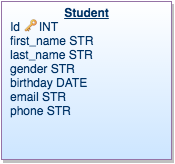
Above: students.png in arctic-fox-2016/schema-student-roster (draw.io), before the change. Source tidied: cells renumbered, new cells last; positions are measured from the earlier drawing's top-left corner, leaving out a move shared by most shapes.
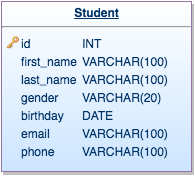
After the commit.

Change to the diagram source:
```diff
@@ -1,9 +1,9 @@
 <mxGraphModel background="#ffffff">
   <root>
-    <mxCell id="0" style="html=1;" />
+    <mxCell id="0" />
-    <mxCell id="1" style="html=1;" parent="0" />
+    <mxCell id="1" parent="0" />
-    <mxCell id="2" value="&lt;p style=&quot;margin: 0px ; margin-top: 4px ; text-align: center ; text-decoration: underline&quot;&gt;&lt;strong&gt;Student&lt;/strong&gt;&lt;/p&gt;&lt;p style=&quot;margin: 0px ; margin-left: 8px&quot;&gt;Id&amp;nbsp;&lt;span&gt;🔑 INT&lt;/span&gt;&lt;/p&gt;&lt;p style=&quot;margin: 0px ; margin-left: 8px&quot;&gt;first_name STR&lt;/p&gt;&lt;p style=&quot;margin: 0px ; margin-left: 8px&quot;&gt;last_name STR&lt;/p&gt;&lt;p style=&quot;margin: 0px ; margin-left: 8px&quot;&gt;gender STR&lt;/p&gt;&lt;p style=&quot;margin: 0px ; margin-left: 8px&quot;&gt;birthday DATE&lt;/p&gt;&lt;p style=&quot;margin: 0px ; margin-left: 8px&quot;&gt;email STR&lt;/p&gt;&lt;p style=&quot;margin: 0px ; margin-left: 8px&quot;&gt;phone STR&lt;/p&gt;" style="verticalAlign=top;align=left;overflow=fill;fontSize=12;fontFamily=Helvetica;html=1;strokeColor=#9673a6;shadow=1;fillColor=#CCE5FF;fontColor=#003366;gradientColor=#ffffff;gradientDirection=north;" parent="1" vertex="1">
-      <mxGeometry width="170" height="158" as="geometry" />
-    </mxCell>
+    <mxCell id="3" value="&lt;p style=&quot;margin: 0px ; margin-top: 4px ; text-align: center ; text-decoration: underline&quot;&gt;&lt;strong&gt;Student&lt;/strong&gt;&lt;/p&gt;&lt;hr id=&quot;null&quot;&gt;&lt;table&gt;&lt;tbody&gt;&lt;tr&gt;&lt;td&gt;&lt;span&gt;🔑&lt;/span&gt;&lt;br&gt;&lt;/td&gt;&lt;td&gt;id&lt;/td&gt;&lt;td&gt;INT&lt;/td&gt;&lt;/tr&gt;&lt;tr&gt;&lt;td&gt;&lt;br&gt;&lt;/td&gt;&lt;td&gt;first_name&lt;/td&gt;&lt;td&gt;VARCHAR(100)&lt;/td&gt;&lt;/tr&gt;&lt;tr&gt;&lt;td&gt;&lt;br&gt;&lt;/td&gt;&lt;td&gt;last_name&lt;/td&gt;&lt;td&gt;&lt;span&gt;VARCHAR(100)&lt;/span&gt;&lt;br&gt;&lt;/td&gt;&lt;/tr&gt;&lt;tr&gt;&lt;td&gt;&lt;br&gt;&lt;/td&gt;&lt;td&gt;gender&lt;/td&gt;&lt;td&gt;VARCHAR(20)&lt;/td&gt;&lt;/tr&gt;&lt;tr&gt;&lt;td&gt;&lt;br&gt;&lt;/td&gt;&lt;td&gt;birthday&lt;/td&gt;&lt;td&gt;DATE&lt;/td&gt;&lt;/tr&gt;&lt;tr&gt;&lt;td&gt;&lt;br&gt;&lt;/td&gt;&lt;td&gt;email&lt;/td&gt;&lt;td&gt;VARCHAR(100)&lt;/td&gt;&lt;/tr&gt;&lt;tr&gt;&lt;td&gt;&lt;br&gt;&lt;/td&gt;&lt;td&gt;phone&lt;/td&gt;&lt;td&gt;VARCHAR(100)&lt;/td&gt;&lt;/tr&gt;&lt;/tbody&gt;&lt;/table&gt;" style="verticalAlign=top;align=left;overflow=fill;fontSize=12;fontFamily=Helvetica;html=1;strokeColor=#9673a6;shadow=1;fillColor=#CCE5FF;fontColor=#003366;gradientColor=#ffffff;gradientDirection=north;" parent="1" vertex="1">
+      <mxGeometry x="-120" y="18" width="190" height="170" as="geometry" />
+    </mxCell>
   </root>
 </mxGraphModel>
```
